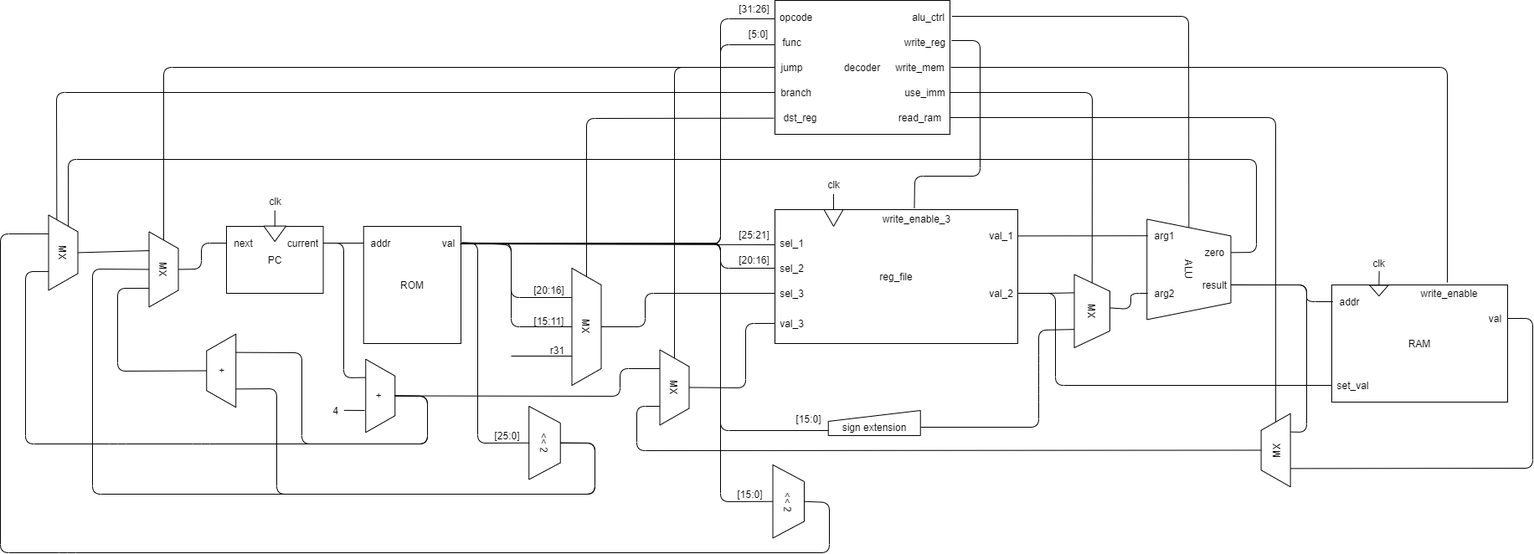
Before: doc/img/architecture.drawio.png, a diagram exported from draw.io (0n1shi/fpga-mips). Source tidied: cells renumbered, new cells last; positions are measured from the earlier drawing's top-left corner, leaving out a move shared by most shapes.
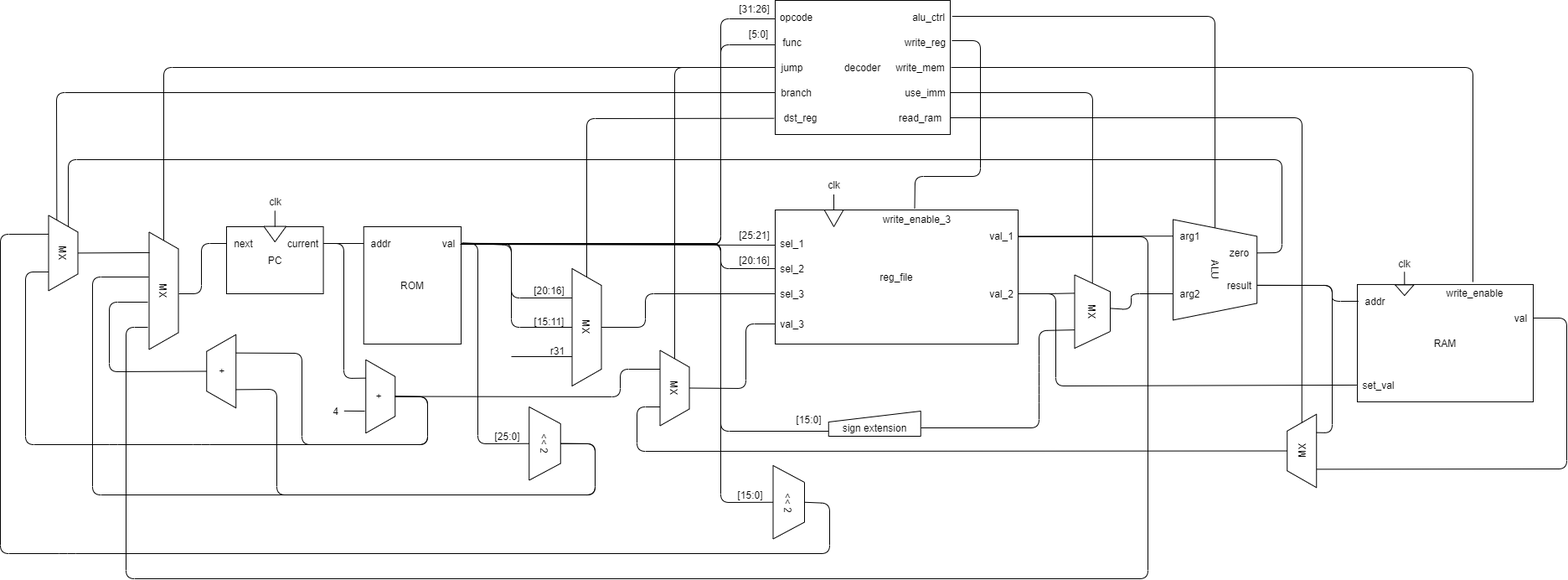
The same diagram one commit later.

The edit, as a diff of the source:
```diff
@@ -58,9 +58,6 @@
     <mxCell id="18" value="[15:0]" style="text;html=1;align=center;verticalAlign=middle;" parent="1" vertex="1">
       <mxGeometry x="940" y="490" width="50" height="20" as="geometry" />
     </mxCell>
-    <mxCell id="19" value="ALU" style="shape=trapezoid;perimeter=trapezoidPerimeter;whiteSpace=wrap;html=1;fixedSize=1;align=center;rotation=90;" parent="1" vertex="1">
-      <mxGeometry x="1359.4" y="271.3" width="120" height="100.2" as="geometry" />
-    </mxCell>
     <mxCell id="20" value="sign extension" style="shape=manualInput;whiteSpace=wrap;html=1;align=center;size=13;verticalAlign=bottom;" parent="1" vertex="1">
       <mxGeometry x="988.8" y="490" width="110" height="30" as="geometry" />
     </mxCell>
@@ -108,14 +105,8 @@
         </Array>
       </mxGeometry>
     </mxCell>
-    <mxCell id="33" value="arg1" style="text;html=1;align=center;verticalAlign=middle;points=[];" parent="1" vertex="1">
-      <mxGeometry x="1370" y="271.4" width="40" height="20" as="geometry" />
-    </mxCell>
-    <mxCell id="34" value="arg2" style="text;html=1;align=center;verticalAlign=middle;points=[];" parent="1" vertex="1">
-      <mxGeometry x="1370" y="340" width="40" height="20" as="geometry" />
-    </mxCell>
     <mxCell id="35" style="group;" parent="1" vertex="1">
-      <mxGeometry x="1590" y="340" width="210" height="140" as="geometry" />
+      <mxGeometry x="1620" y="338.9" width="210" height="140" as="geometry" />
     </mxCell>
     <mxCell id="36" style="group;" parent="35" vertex="1">
       <mxGeometry width="210" height="140" as="geometry" />
@@ -223,12 +214,12 @@
     <mxCell id="57" style="endArrow=none;html=1;entryX=0;entryY=0.5;entryDx=0;entryDy=0;exitX=1.067;exitY=0.45;exitDx=0;exitDy=0;exitPerimeter=0;" parent="1" edge="1" source="101" target="19">
       <mxGeometry relative="1" as="geometry">
         <Array as="points">
-          <mxPoint x="1419" y="19" />
+          <mxPoint x="1450" y="19" />
         </Array>
       </mxGeometry>
     </mxCell>
     <mxCell id="58" value="clk" style="text;html=1;align=center;verticalAlign=middle;points=[];" parent="1" vertex="1">
-      <mxGeometry x="1631.3" y="303.9" width="30" height="20" as="geometry" />
+      <mxGeometry x="1661" y="303.9" width="30" height="20" as="geometry" />
     </mxCell>
     <mxCell id="59" value="clk" style="text;html=1;align=center;verticalAlign=middle;points=[];" parent="1" vertex="1">
       <mxGeometry x="980" y="210" width="30" height="20" as="geometry" />
@@ -245,7 +236,7 @@
     <mxCell id="61" style="endArrow=none;html=1;entryX=1.029;entryY=0.5;entryDx=0;entryDy=0;entryPerimeter=0;exitX=0.475;exitY=-0.147;exitDx=0;exitDy=0;exitPerimeter=0;" parent="1" edge="1" source="42" target="104">
       <mxGeometry relative="1" as="geometry">
         <Array as="points">
-          <mxPoint x="1728" y="80" />
+          <mxPoint x="1758" y="80" />
         </Array>
       </mxGeometry>
     </mxCell>
@@ -298,15 +289,12 @@
         </Array>
       </mxGeometry>
     </mxCell>
-    <mxCell id="70" value="result" style="text;html=1;align=center;verticalAlign=middle;points=[];" parent="1" vertex="1">
-      <mxGeometry x="1430" y="330" width="40" height="20" as="geometry" />
-    </mxCell>
     <mxCell id="71" style="endArrow=none;html=1;exitX=0.992;exitY=0.495;exitDx=0;exitDy=0;exitPerimeter=0;entryX=0;entryY=0.5;entryDx=0;entryDy=0;entryPerimeter=0;" parent="1" edge="1" source="70" target="39">
       <mxGeometry relative="1" as="geometry">
         <Array as="points">
           <mxPoint x="1500" y="340" />
-          <mxPoint x="1560" y="340" />
-          <mxPoint x="1560" y="360" />
+          <mxPoint x="1590" y="340" />
+          <mxPoint x="1590" y="359" />
         </Array>
       </mxGeometry>
     </mxCell>
@@ -332,23 +320,25 @@
     <mxCell id="75" value="[25:0]" style="text;html=1;align=center;verticalAlign=middle;" parent="1" vertex="1">
       <mxGeometry x="580" y="510" width="50" height="20" as="geometry" />
     </mxCell>
-    <mxCell id="76" style="endArrow=none;html=1;exitX=0.5;exitY=0;exitDx=0;exitDy=0;entryX=0.5;entryY=1;entryDx=0;entryDy=0;" parent="1" edge="1" source="73" target="77">
+    <mxCell id="76" style="endArrow=none;html=1;exitX=0.5;exitY=0;exitDx=0;exitDy=0;" parent="1" edge="1" source="73">
       <mxGeometry relative="1" as="geometry">
+        <mxPoint x="177" y="330" as="targetPoint" />
         <Array as="points">
           <mxPoint x="710" y="529" />
           <mxPoint x="710" y="590" />
           <mxPoint x="110" y="590" />
-          <mxPoint x="110" y="321" />
+          <mxPoint x="110" y="330" />
         </Array>
       </mxGeometry>
     </mxCell>
     <mxCell id="77" value="MX" style="shape=trapezoid;perimeter=trapezoidPerimeter;whiteSpace=wrap;html=1;fixedSize=1;align=center;rotation=90;" parent="1" vertex="1">
-      <mxGeometry x="150" y="303.9" width="90" height="35" as="geometry" />
+      <mxGeometry x="125" y="328.9" width="140" height="35" as="geometry" />
     </mxCell>
-    <mxCell id="78" style="endArrow=none;html=1;exitX=0.5;exitY=0;exitDx=0;exitDy=0;entryX=0;entryY=0.5;entryDx=0;entryDy=0;entryPerimeter=0;" parent="1" edge="1" source="77" target="5">
+    <mxCell id="78" style="endArrow=none;html=1;entryX=0;entryY=0.5;entryDx=0;entryDy=0;entryPerimeter=0;" parent="1" edge="1" target="5">
       <mxGeometry relative="1" as="geometry">
+        <mxPoint x="213" y="350" as="sourcePoint" />
         <Array as="points">
-          <mxPoint x="240" y="321" />
+          <mxPoint x="240" y="350" />
           <mxPoint x="240" y="290" />
         </Array>
       </mxGeometry>
@@ -404,19 +394,19 @@
     <mxCell id="89" style="endArrow=none;html=1;entryX=0.999;entryY=0.5;entryDx=0;entryDy=0;entryPerimeter=0;exitX=0.25;exitY=1;exitDx=0;exitDy=0;" parent="1" edge="1" source="90" target="40">
       <mxGeometry relative="1" as="geometry">
         <Array as="points">
-          <mxPoint x="1830" y="559" />
-          <mxPoint x="1830" y="380" />
+          <mxPoint x="1870" y="559" />
+          <mxPoint x="1870" y="379" />
         </Array>
       </mxGeometry>
     </mxCell>
     <mxCell id="90" value="MX" style="shape=trapezoid;perimeter=trapezoidPerimeter;whiteSpace=wrap;html=1;fixedSize=1;align=center;rotation=-90;" parent="1" vertex="1">
-      <mxGeometry x="1479.4" y="520" width="87.5" height="35" as="geometry" />
+      <mxGeometry x="1510" y="520" width="87.5" height="35" as="geometry" />
     </mxCell>
     <mxCell id="91" style="endArrow=none;html=1;entryX=0.992;entryY=0.495;entryDx=0;entryDy=0;entryPerimeter=0;exitX=0.75;exitY=1;exitDx=0;exitDy=0;" parent="1" edge="1" source="90" target="70">
       <mxGeometry relative="1" as="geometry">
         <Array as="points">
-          <mxPoint x="1560" y="516" />
-          <mxPoint x="1560" y="340" />
+          <mxPoint x="1590" y="516" />
+          <mxPoint x="1590" y="340" />
         </Array>
       </mxGeometry>
     </mxCell>
@@ -431,7 +421,7 @@
     <mxCell id="93" style="endArrow=none;html=1;entryX=1;entryY=0.5;entryDx=0;entryDy=0;entryPerimeter=0;exitX=1;exitY=0.5;exitDx=0;exitDy=0;" parent="1" edge="1" source="90" target="108">
       <mxGeometry relative="1" as="geometry">
         <Array as="points">
-          <mxPoint x="1523" y="140" />
+          <mxPoint x="1554" y="140" />
         </Array>
       </mxGeometry>
     </mxCell>
@@ -496,22 +486,17 @@
     <mxCell id="109" value="branch" style="text;html=1;align=center;verticalAlign=middle;points=[];" parent="98" vertex="1">
       <mxGeometry y="100" width="50" height="20" as="geometry" />
     </mxCell>
-    <mxCell id="110" value="zero" style="text;html=1;align=center;verticalAlign=middle;points=[];" parent="1" vertex="1">
-      <mxGeometry x="1430" y="291.4" width="40" height="20" as="geometry" />
-    </mxCell>
     <mxCell id="111" value="MX" style="shape=trapezoid;perimeter=trapezoidPerimeter;whiteSpace=wrap;html=1;fixedSize=1;align=center;rotation=90;" parent="1" vertex="1">
       <mxGeometry x="30" y="283.9" width="90" height="35" as="geometry" />
     </mxCell>
-    <mxCell id="112" style="endArrow=none;html=1;exitX=0.5;exitY=0;exitDx=0;exitDy=0;" parent="1" edge="1" source="111">
-      <mxGeometry relative="1" as="geometry">
-        <mxPoint x="178" y="299" as="targetPoint" />
-      </mxGeometry>
+    <mxCell id="112" style="endArrow=none;html=1;exitX=0.5;exitY=0;exitDx=0;exitDy=0;entryX=0.175;entryY=0.986;entryDx=0;entryDy=0;entryPerimeter=0;" parent="1" edge="1" source="111" target="77">
+      <mxGeometry relative="1" as="geometry" />
     </mxCell>
     <mxCell id="113" style="endArrow=none;html=1;entryX=0;entryY=0.25;entryDx=0;entryDy=0;exitX=1;exitY=0.495;exitDx=0;exitDy=0;exitPerimeter=0;" parent="1" edge="1" source="110" target="111">
       <mxGeometry relative="1" as="geometry">
         <Array as="points">
-          <mxPoint x="1500" y="301" />
-          <mxPoint x="1500" y="190" />
+          <mxPoint x="1530" y="301" />
+          <mxPoint x="1530" y="190" />
           <mxPoint x="81" y="190" />
         </Array>
       </mxGeometry>
@@ -546,13 +531,43 @@
         </Array>
       </mxGeometry>
     </mxCell>
-    <mxCell id="118" style="endArrow=none;html=1;entryX=0.5;entryY=0;entryDx=0;entryDy=0;exitX=0.75;exitY=1;exitDx=0;exitDy=0;" parent="1" edge="1" source="77" target="115">
+    <mxCell id="118" style="endArrow=none;html=1;entryX=0.5;entryY=0;entryDx=0;entryDy=0;" parent="1" edge="1" target="115">
       <mxGeometry relative="1" as="geometry">
+        <mxPoint x="176" y="360" as="sourcePoint" />
         <Array as="points">
-          <mxPoint x="140" y="344" />
-          <mxPoint x="140" y="443" />
+          <mxPoint x="130" y="360" />
+          <mxPoint x="130" y="443" />
         </Array>
       </mxGeometry>
     </mxCell>
+    <mxCell id="119" style="group;" parent="1" vertex="1">
+      <mxGeometry x="1400" y="261.4" width="100.2" height="120" as="geometry" />
+    </mxCell>
+    <mxCell id="19" value="ALU" style="shape=trapezoid;perimeter=trapezoidPerimeter;whiteSpace=wrap;html=1;fixedSize=1;align=center;rotation=90;" parent="119" vertex="1">
+      <mxGeometry x="-9.9" y="9.9" width="120" height="100.2" as="geometry" />
+    </mxCell>
+    <mxCell id="33" value="arg1" style="text;html=1;align=center;verticalAlign=middle;points=[];" parent="119" vertex="1">
+      <mxGeometry x="0.1" y="10" width="40" height="20" as="geometry" />
+    </mxCell>
+    <mxCell id="34" value="arg2" style="text;html=1;align=center;verticalAlign=middle;points=[];" parent="119" vertex="1">
+      <mxGeometry x="0.1" y="78.6" width="40" height="20" as="geometry" />
+    </mxCell>
+    <mxCell id="70" value="result" style="text;html=1;align=center;verticalAlign=middle;points=[];" parent="119" vertex="1">
+      <mxGeometry x="59.5" y="68.6" width="40" height="20" as="geometry" />
+    </mxCell>
+    <mxCell id="110" value="zero" style="text;html=1;align=center;verticalAlign=middle;points=[];" parent="119" vertex="1">
+      <mxGeometry x="59.5" y="30" width="40" height="20" as="geometry" />
+    </mxCell>
+    <mxCell id="120" style="endArrow=none;html=1;exitX=1;exitY=0.529;exitDx=0;exitDy=0;exitPerimeter=0;" parent="1" edge="1" source="28">
+      <mxGeometry relative="1" as="geometry">
+        <mxPoint x="176" y="390" as="targetPoint" />
+        <Array as="points">
+          <mxPoint x="1370" y="282" />
+          <mxPoint x="1370" y="690" />
+          <mxPoint x="150" y="690" />
+          <mxPoint x="150" y="390" />
+        </Array>
+      </mxGeometry>
+    </mxCell>
   </root>
 </mxGraphModel>
```
